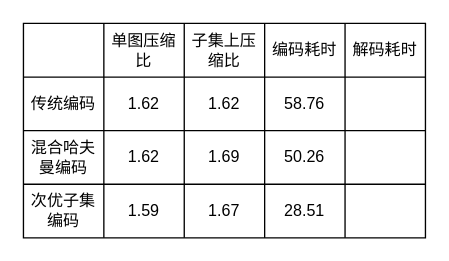
Before: 分组压缩结果图表.drawio in jkersmith/reimagined-doodle, a draw.io diagram. Source tidied: cells renumbered, new cells numbered last; positions are measured from the earlier drawing's top-left corner, leaving out a move shared by most shapes. Both pictures are drawn from the tidied source at 134%, with x=0, y=0 at pixel (23, 23).
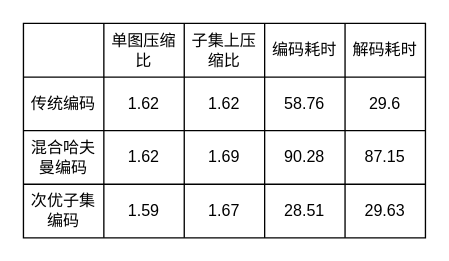
After the change.

Commit message (it also covers changes not shown here):
更新分组压缩结果图表.drawio

The change refers to these unchanged cells:
```xml
<mxCell id="9" style="shape=tableRow;horizontal=0;startSize=0;swimlaneHead=0;swimlaneBody=0;strokeColor=inherit;top=0;left=0;bottom=0;right=0;fillColor=none;" parent="2" vertex="1">
  <mxGeometry y="40" width="300" height="40" as="geometry" />
</mxCell>
<mxCell id="15" style="shape=tableRow;horizontal=0;startSize=0;swimlaneHead=0;swimlaneBody=0;strokeColor=inherit;top=0;left=0;bottom=0;right=0;fillColor=none;" parent="2" vertex="1">
  <mxGeometry y="80" width="300" height="40" as="geometry" />
</mxCell>
<mxCell id="21" style="shape=tableRow;horizontal=0;startSize=0;swimlaneHead=0;swimlaneBody=0;strokeColor=inherit;top=0;left=0;bottom=0;right=0;fillColor=none;" parent="2" vertex="1">
  <mxGeometry y="120" width="300" height="40" as="geometry" />
</mxCell>
```

The edit, as a diff of the source:
```diff
@@
-    <mxCell id="14" style="shape=partialRectangle;html=1;whiteSpace=wrap;strokeColor=inherit;overflow=hidden;fillColor=none;top=0;left=0;bottom=0;right=0;" parent="9" vertex="1">
+    <mxCell id="14" value="29.6" style="shape=partialRectangle;html=1;whiteSpace=wrap;strokeColor=inherit;overflow=hidden;fillColor=none;top=0;left=0;bottom=0;right=0;" parent="9" vertex="1">
       <mxGeometry x="240" width="60" height="40" as="geometry" />
     </mxCell>
@@
-    <mxCell id="19" value="50.26" style="shape=partialRectangle;html=1;whiteSpace=wrap;strokeColor=inherit;overflow=hidden;fillColor=none;top=0;left=0;bottom=0;right=0;" parent="15" vertex="1">
+    <mxCell id="19" value="90.28" style="shape=partialRectangle;html=1;whiteSpace=wrap;strokeColor=inherit;overflow=hidden;fillColor=none;top=0;left=0;bottom=0;right=0;" parent="15" vertex="1">
       <mxGeometry x="180" width="60" height="40" as="geometry" />
     </mxCell>
-    <mxCell id="20" style="shape=partialRectangle;html=1;whiteSpace=wrap;strokeColor=inherit;overflow=hidden;fillColor=none;top=0;left=0;bottom=0;right=0;" parent="15" vertex="1">
+    <mxCell id="20" value="87.15" style="shape=partialRectangle;html=1;whiteSpace=wrap;strokeColor=inherit;overflow=hidden;fillColor=none;top=0;left=0;bottom=0;right=0;" parent="15" vertex="1">
       <mxGeometry x="240" width="60" height="40" as="geometry" />
     </mxCell>
@@
-    <mxCell id="26" style="shape=partialRectangle;html=1;whiteSpace=wrap;strokeColor=inherit;overflow=hidden;fillColor=none;top=0;left=0;bottom=0;right=0;" parent="21" vertex="1">
+    <mxCell id="26" value="29.63" style="shape=partialRectangle;html=1;whiteSpace=wrap;strokeColor=inherit;overflow=hidden;fillColor=none;top=0;left=0;bottom=0;right=0;" parent="21" vertex="1">
       <mxGeometry x="240" width="60" height="40" as="geometry" />
     </mxCell>
```
